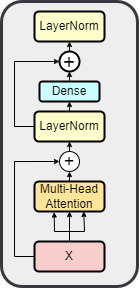
coderxiacheng/testmail keeps this draw.io diagram as 未命名绘图.drawio.png. Above is the earlier version. Source tidied: cells renumbered, new cells last; positions are measured from the earlier drawing's top-left corner, leaving out a move shared by most shapes.
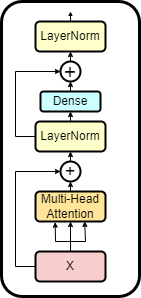
After the commit.

Change to the diagram source:
```diff
@@ -2,8 +2,8 @@
   <root>
     <mxCell id="0" />
     <mxCell id="1" parent="0" />
-    <mxCell id="2" style="rounded=1;whiteSpace=wrap;html=1;strokeWidth=3;perimeterSpacing=17;shadow=0;fillStyle=auto;fillColor=#eeeeee;strokeColor=#36393d;" parent="1" vertex="1">
-      <mxGeometry width="136" height="285" as="geometry" />
+    <mxCell id="2" style="rounded=1;whiteSpace=wrap;html=1;strokeWidth=3;perimeterSpacing=17;shadow=0;fillStyle=auto;" parent="1" vertex="1">
+      <mxGeometry x="-1" y="-10" width="138" height="295" as="geometry" />
     </mxCell>
     <mxCell id="3" style="edgeStyle=orthogonalEdgeStyle;rounded=0;jettySize=auto;html=1;exitX=0.5;exitY=0;exitDx=0;exitDy=0;entryX=0.5;entryY=1;entryDx=0;entryDy=0;endSize=3;startSize=3;" parent="1" edge="1" source="5" target="9">
       <mxGeometry relative="1" as="geometry" />
@@ -17,7 +17,7 @@
     <mxCell id="6" style="edgeStyle=orthogonalEdgeStyle;rounded=0;jettySize=auto;html=1;exitX=0.5;exitY=0;exitDx=0;exitDy=0;entryX=0.5;entryY=1;entryDx=0;entryDy=0;endSize=3;" parent="1" edge="1" source="7" target="14">
       <mxGeometry relative="1" as="geometry" />
     </mxCell>
-    <mxCell id="7" value="+" style="ellipse;whiteSpace=wrap;html=1;fontSize=18;" parent="1" vertex="1">
+    <mxCell id="7" value="+" style="ellipse;whiteSpace=wrap;html=1;fontSize=18;strokeWidth=2;" parent="1" vertex="1">
       <mxGeometry x="58" y="150" width="20" height="20" as="geometry" />
     </mxCell>
     <mxCell id="8" style="edgeStyle=orthogonalEdgeStyle;rounded=0;jettySize=auto;html=1;exitX=0.5;exitY=0;exitDx=0;exitDy=0;entryX=0.5;entryY=1;entryDx=0;entryDy=0;endSize=3;" parent="1" edge="1" source="9" target="7">
@@ -63,6 +63,11 @@
     <mxCell id="18" value="+" style="ellipse;whiteSpace=wrap;html=1;fontSize=21;strokeWidth=2;" parent="1" vertex="1">
       <mxGeometry x="58" y="50" width="20" height="20" as="geometry" />
     </mxCell>
+    <mxCell id="20" style="edgeStyle=orthogonalEdgeStyle;rounded=0;jettySize=auto;html=1;exitX=0.5;exitY=0;exitDx=0;exitDy=0;endSize=2;" parent="1" edge="1" source="19">
+      <mxGeometry relative="1" as="geometry">
+        <mxPoint x="68" as="targetPoint" />
+      </mxGeometry>
+    </mxCell>
     <mxCell id="19" value="LayerNorm" style="rounded=1;whiteSpace=wrap;html=1;fillColor=#FFFFCC;strokeColor=#000000;strokeWidth=2;" parent="1" vertex="1">
       <mxGeometry x="33" y="10" width="70" height="30" as="geometry" />
     </mxCell>
```
